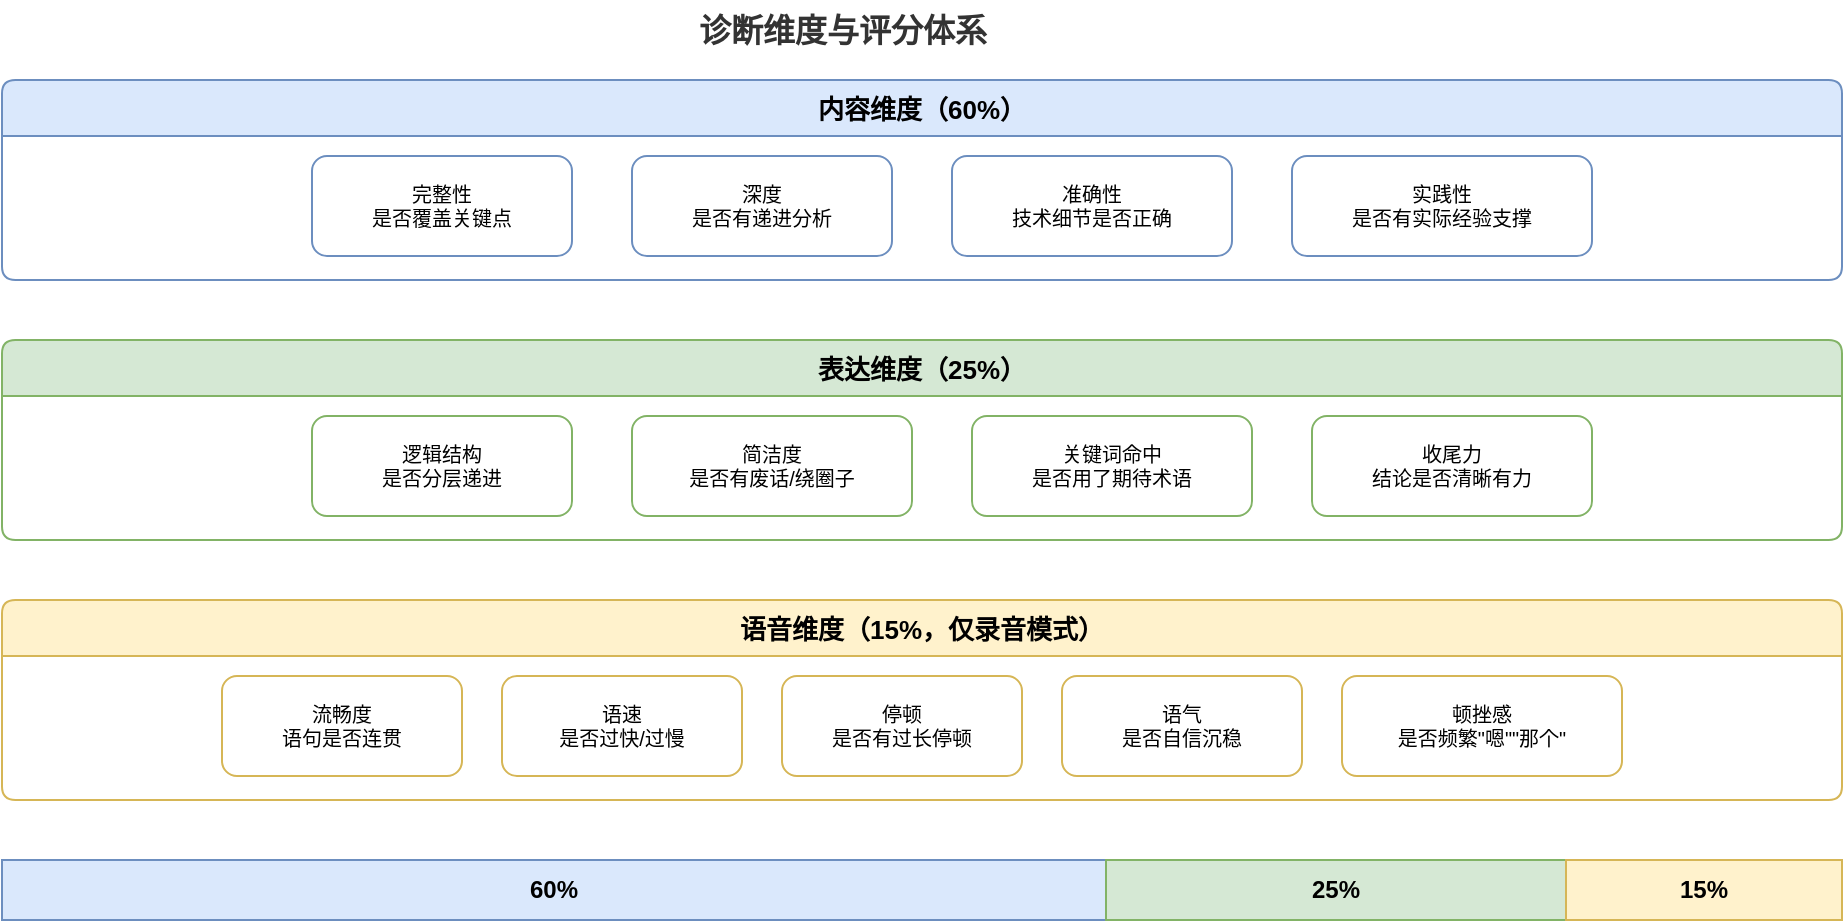
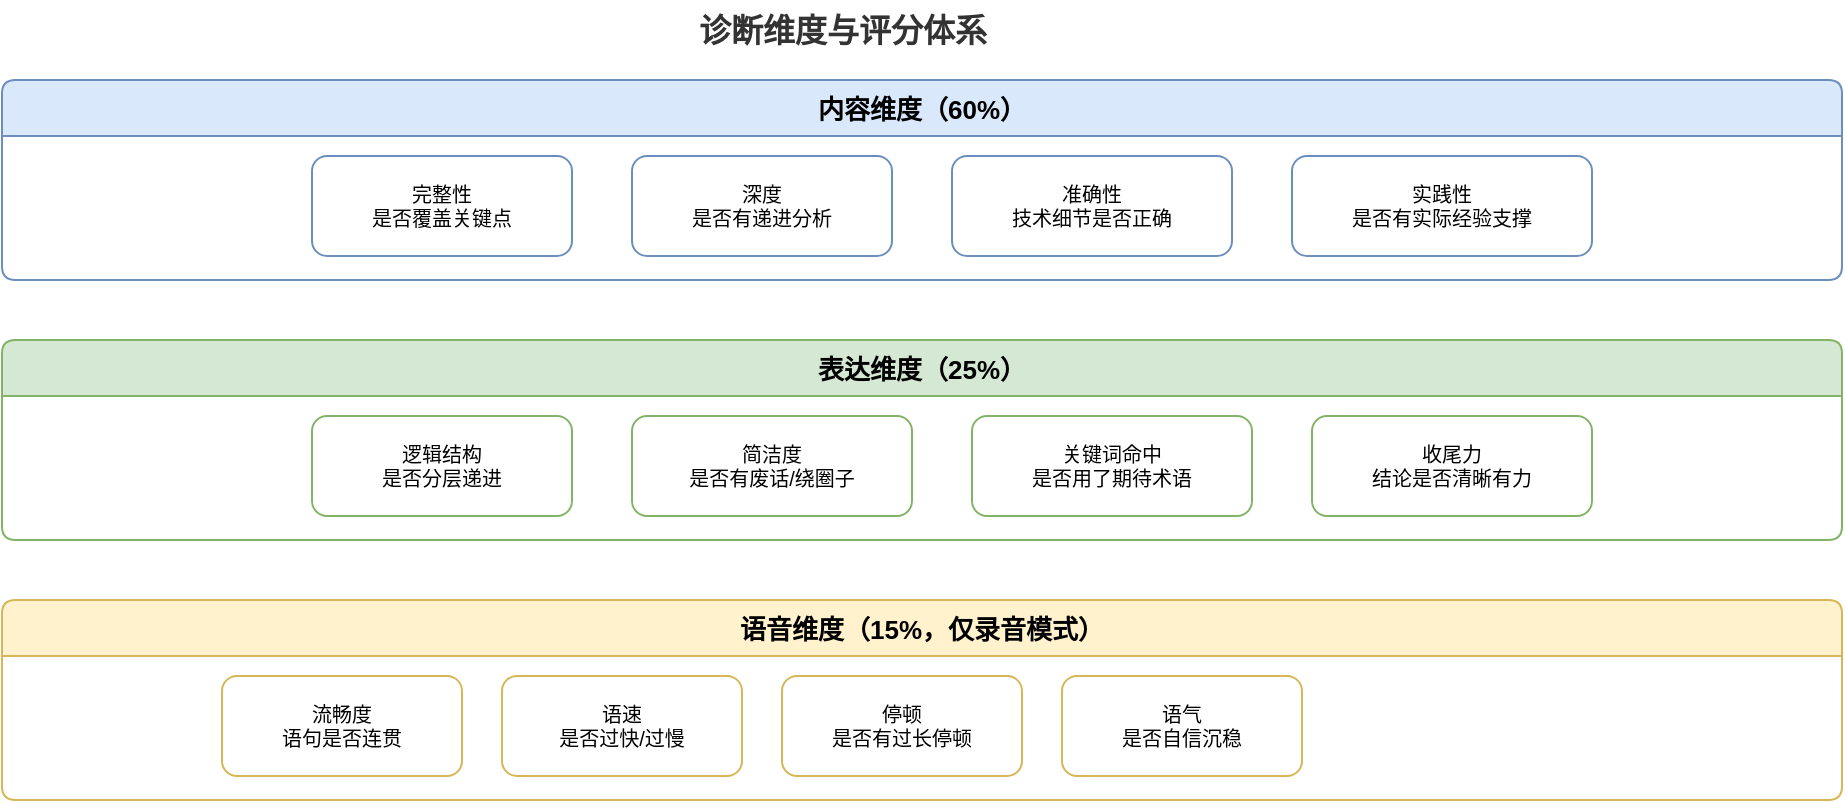
<?xml version="1.0" encoding="UTF-8"?>
<mxfile host="drawio" version="26.0.0">
  <diagram name="Page-1">
    <mxGraphModel dx="1000" dy="550" grid="1" gridSize="10" guides="1" tooltips="1" connect="1" arrows="1" fold="1" page="1" pageScale="1" pageWidth="1000" pageHeight="550" math="0" shadow="0">
      <root>
        <mxCell id="0" />
        <mxCell id="1" parent="0" />

        <!-- Title -->
        <mxCell id="title" value="诊断维度与评分体系" style="text;html=1;align=center;verticalAlign=middle;resizable=0;points=[];autosize=1;strokeColor=none;fillColor=none;fontSize=16;fontStyle=1;fontColor=#333333;" vertex="1" parent="1">
          <mxGeometry x="380" y="10" width="160" height="30" as="geometry" />
        </mxCell>

        <!-- Dimension 1: Content (60%) -->
        <mxCell id="d1" value="内容维度（60%）" style="swimlane;startSize=28;fillColor=#dae8fc;strokeColor=#6c8ebf;fontStyle=1;fontSize=13;collapsible=0;rounded=1;arcSize=8;" vertex="1" parent="1">
          <mxGeometry x="40" y="50" width="920" height="100" as="geometry" />
        </mxCell>
        <mxCell id="d1a" value="完整性&#xa;是否覆盖关键点" style="rounded=1;whiteSpace=wrap;html=1;fillColor=#FFFFFF;strokeColor=#6c8ebf;fontSize=10;" vertex="1" parent="d1">
          <mxGeometry x="155" y="38" width="130" height="50" as="geometry" />
        </mxCell>
        <mxCell id="d1b" value="深度&#xa;是否有递进分析" style="rounded=1;whiteSpace=wrap;html=1;fillColor=#FFFFFF;strokeColor=#6c8ebf;fontSize=10;" vertex="1" parent="d1">
          <mxGeometry x="315" y="38" width="130" height="50" as="geometry" />
        </mxCell>
        <mxCell id="d1c" value="准确性&#xa;技术细节是否正确" style="rounded=1;whiteSpace=wrap;html=1;fillColor=#FFFFFF;strokeColor=#6c8ebf;fontSize=10;" vertex="1" parent="d1">
          <mxGeometry x="475" y="38" width="140" height="50" as="geometry" />
        </mxCell>
        <mxCell id="d1d" value="实践性&#xa;是否有实际经验支撑" style="rounded=1;whiteSpace=wrap;html=1;fillColor=#FFFFFF;strokeColor=#6c8ebf;fontSize=10;" vertex="1" parent="d1">
          <mxGeometry x="645" y="38" width="150" height="50" as="geometry" />
        </mxCell>

        <!-- Dimension 2: Expression (25%) -->
        <mxCell id="d2" value="表达维度（25%）" style="swimlane;startSize=28;fillColor=#d5e8d4;strokeColor=#82b366;fontStyle=1;fontSize=13;collapsible=0;rounded=1;arcSize=8;" vertex="1" parent="1">
          <mxGeometry x="40" y="180" width="920" height="100" as="geometry" />
        </mxCell>
        <mxCell id="d2a" value="逻辑结构&#xa;是否分层递进" style="rounded=1;whiteSpace=wrap;html=1;fillColor=#FFFFFF;strokeColor=#82b366;fontSize=10;" vertex="1" parent="d2">
          <mxGeometry x="155" y="38" width="130" height="50" as="geometry" />
        </mxCell>
        <mxCell id="d2b" value="简洁度&#xa;是否有废话/绕圈子" style="rounded=1;whiteSpace=wrap;html=1;fillColor=#FFFFFF;strokeColor=#82b366;fontSize=10;" vertex="1" parent="d2">
          <mxGeometry x="315" y="38" width="140" height="50" as="geometry" />
        </mxCell>
        <mxCell id="d2c" value="关键词命中&#xa;是否用了期待术语" style="rounded=1;whiteSpace=wrap;html=1;fillColor=#FFFFFF;strokeColor=#82b366;fontSize=10;" vertex="1" parent="d2">
          <mxGeometry x="485" y="38" width="140" height="50" as="geometry" />
        </mxCell>
        <mxCell id="d2d" value="收尾力&#xa;结论是否清晰有力" style="rounded=1;whiteSpace=wrap;html=1;fillColor=#FFFFFF;strokeColor=#82b366;fontSize=10;" vertex="1" parent="d2">
          <mxGeometry x="655" y="38" width="140" height="50" as="geometry" />
        </mxCell>

        <!-- Dimension 3: Speech (15%) -->
        <mxCell id="d3" value="语音维度（15%，仅录音模式）" style="swimlane;startSize=28;fillColor=#fff2cc;strokeColor=#d6b656;fontStyle=1;fontSize=13;collapsible=0;rounded=1;arcSize=8;" vertex="1" parent="1">
          <mxGeometry x="40" y="310" width="920" height="100" as="geometry" />
        </mxCell>
        <mxCell id="d3a" value="流畅度&#xa;语句是否连贯" style="rounded=1;whiteSpace=wrap;html=1;fillColor=#FFFFFF;strokeColor=#d6b656;fontSize=10;" vertex="1" parent="d3">
          <mxGeometry x="110" y="38" width="120" height="50" as="geometry" />
        </mxCell>
        <mxCell id="d3b" value="语速&#xa;是否过快/过慢" style="rounded=1;whiteSpace=wrap;html=1;fillColor=#FFFFFF;strokeColor=#d6b656;fontSize=10;" vertex="1" parent="d3">
          <mxGeometry x="250" y="38" width="120" height="50" as="geometry" />
        </mxCell>
        <mxCell id="d3c" value="停顿&#xa;是否有过长停顿" style="rounded=1;whiteSpace=wrap;html=1;fillColor=#FFFFFF;strokeColor=#d6b656;fontSize=10;" vertex="1" parent="d3">
          <mxGeometry x="390" y="38" width="120" height="50" as="geometry" />
        </mxCell>
        <mxCell id="d3d" value="语气&#xa;是否自信沉稳" style="rounded=1;whiteSpace=wrap;html=1;fillColor=#FFFFFF;strokeColor=#d6b656;fontSize=10;" vertex="1" parent="d3">
          <mxGeometry x="530" y="38" width="120" height="50" as="geometry" />
        </mxCell>
-         <mxCell id="d3e" value="顿挫感&#xa;是否频繁&quot;嗯&quot;&quot;那个&quot;" style="rounded=1;whiteSpace=wrap;html=1;fillColor=#FFFFFF;strokeColor=#d6b656;fontSize=10;" vertex="1" parent="d3">
+         <mxCell id="d3e" value="顿挫感&#xa;是否频繁"嗯""那个"" style="rounded=1;whiteSpace=wrap;html=1;fillColor=#FFFFFF;strokeColor=#d6b656;fontSize=10;" vertex="1" parent="d3">
          <mxGeometry x="670" y="38" width="140" height="50" as="geometry" />
        </mxCell>

        <!-- Weight bar at bottom -->
        <mxCell id="bar1" value="60%" style="rounded=0;whiteSpace=wrap;html=1;fillColor=#dae8fc;strokeColor=#6c8ebf;fontSize=12;fontStyle=1;" vertex="1" parent="1">
          <mxGeometry x="40" y="440" width="552" height="30" as="geometry" />
        </mxCell>
        <mxCell id="bar2" value="25%" style="rounded=0;whiteSpace=wrap;html=1;fillColor=#d5e8d4;strokeColor=#82b366;fontSize=12;fontStyle=1;" vertex="1" parent="1">
          <mxGeometry x="592" y="440" width="230" height="30" as="geometry" />
        </mxCell>
        <mxCell id="bar3" value="15%" style="rounded=0;whiteSpace=wrap;html=1;fillColor=#fff2cc;strokeColor=#d6b656;fontSize=12;fontStyle=1;" vertex="1" parent="1">
          <mxGeometry x="822" y="440" width="138" height="30" as="geometry" />
        </mxCell>
      </root>
    </mxGraphModel>
  </diagram>
</mxfile>
